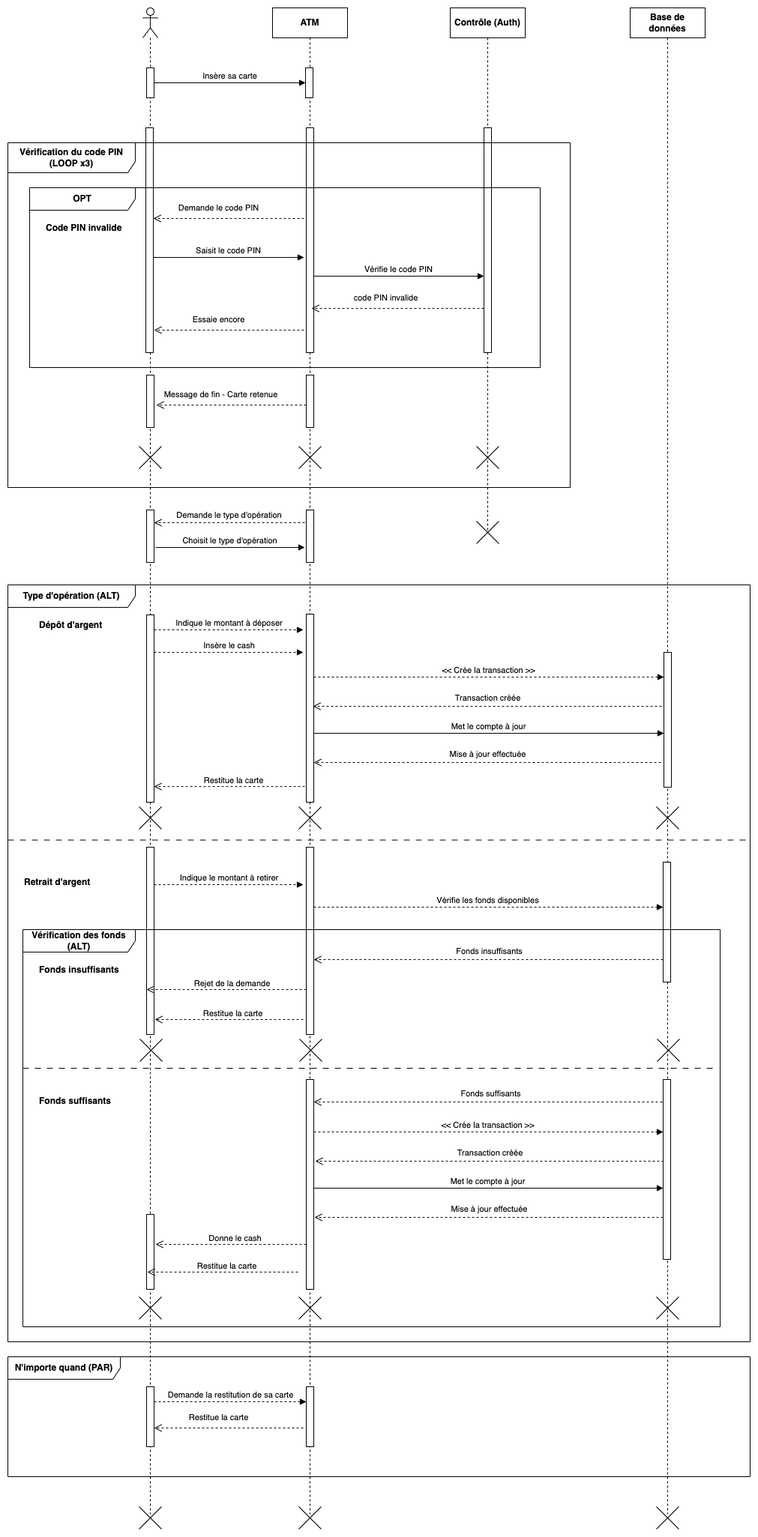
This is Semaine 1 - UML/Exercices/Correction/04 - Diagramme de Séquence - Exercice 1 - Diagramme.png from nicolasvauchenet/cours_methodologie_formateur, a draw.io export, as it was before one commit. Source tidied: cells renumbered, new cells last; positions are measured from the earlier drawing's top-left corner, leaving out a move shared by most shapes.
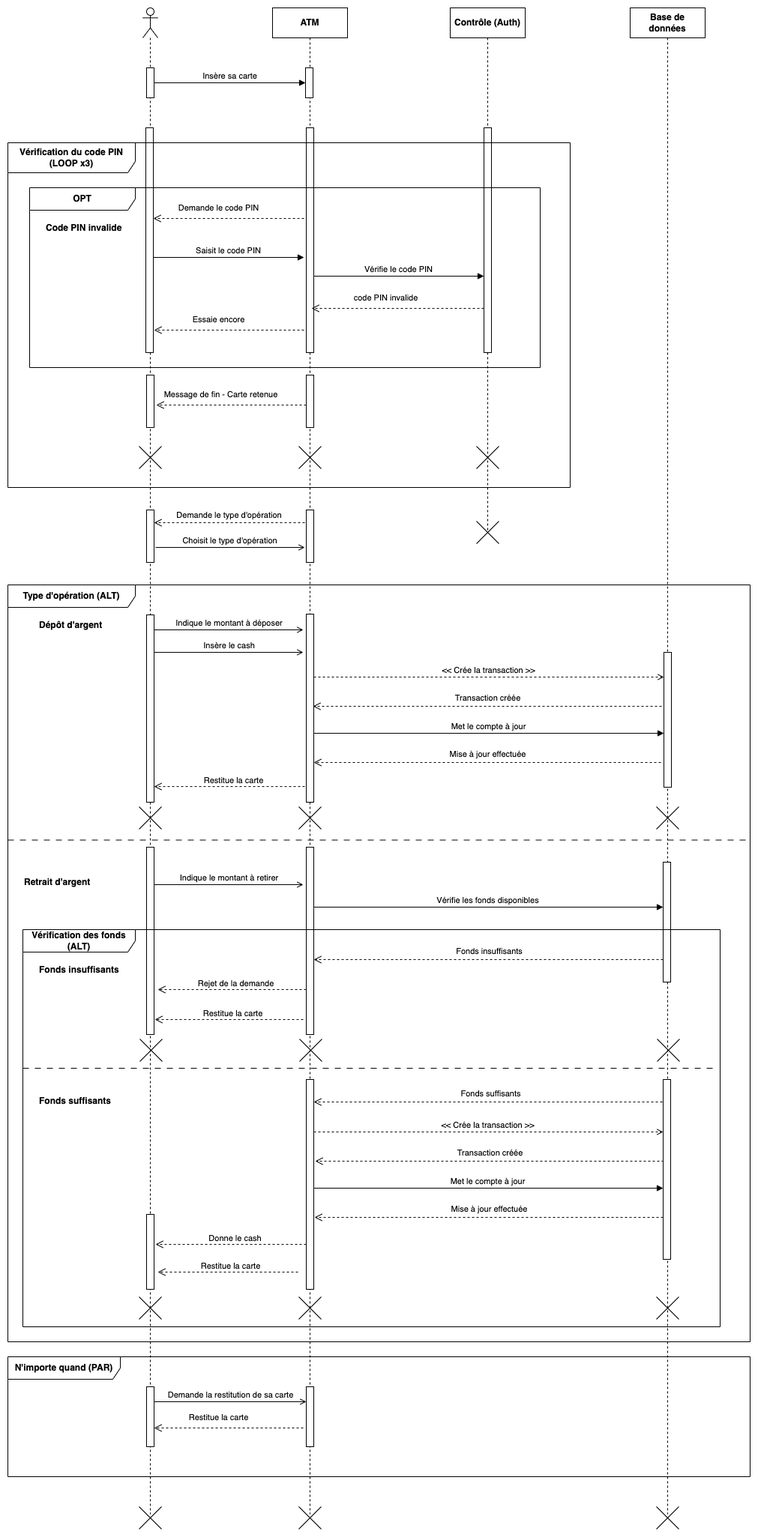
Above is the later version.

What changed in the source:
```diff
@@ -38,7 +38,7 @@
         <mxPoint x="55" y="1460" as="targetPoint" />
       </mxGeometry>
     </mxCell>
-    <mxCell id="13" value="&amp;lt;&amp;lt; Crée la transaction &amp;gt;&amp;gt;" style="html=1;verticalAlign=bottom;endArrow=block;curved=0;rounded=0;dashed=1;" parent="5" edge="1" target="23">
+    <mxCell id="13" value="&amp;lt;&amp;lt; Crée la transaction &amp;gt;&amp;gt;" style="html=1;verticalAlign=bottom;endArrow=open;curved=0;rounded=0;dashed=1;endFill=0;" parent="5" edge="1" target="23">
       <mxGeometry relative="1" as="geometry">
         <mxPoint x="55" y="1500" as="sourcePoint" />
       </mxGeometry>
@@ -122,7 +122,7 @@
     <mxCell id="31" style="html=1;points=[[0,0,0,0,5],[0,1,0,0,-5],[1,0,0,0,5],[1,1,0,0,-5]];perimeter=orthogonalPerimeter;outlineConnect=0;targetShapes=umlLifeline;portConstraint=eastwest;newEdgeStyle={&quot;curved&quot;:0,&quot;rounded&quot;:0};" parent="1" vertex="1">
       <mxGeometry x="398" y="1840" width="10" height="80" as="geometry" />
     </mxCell>
-    <mxCell id="32" value="Demande la restitution de sa carte" style="html=1;verticalAlign=bottom;endArrow=block;curved=0;rounded=0;dashed=1;" parent="1" edge="1" target="31">
+    <mxCell id="32" value="Demande la restitution de sa carte" style="html=1;verticalAlign=bottom;endArrow=open;curved=0;rounded=0;endFill=0;" parent="1" edge="1" target="31">
       <mxGeometry relative="1" as="geometry">
         <mxPoint x="195" y="1860" as="sourcePoint" />
       </mxGeometry>
@@ -164,7 +164,7 @@
     <mxCell id="41" style="shape=umlDestroy;html=1;" parent="1" vertex="1">
       <mxGeometry x="865" y="2000" width="30" height="30" as="geometry" />
     </mxCell>
-    <mxCell id="42" value="&amp;lt;&amp;lt; Crée la transaction &amp;gt;&amp;gt;" style="html=1;verticalAlign=bottom;endArrow=block;curved=0;rounded=0;dashed=1;" parent="1" edge="1" source="8">
+    <mxCell id="42" value="&amp;lt;&amp;lt; Crée la transaction &amp;gt;&amp;gt;" style="html=1;verticalAlign=bottom;endArrow=open;curved=0;rounded=0;dashed=1;endFill=0;" parent="1" edge="1" source="8">
       <mxGeometry relative="1" as="geometry">
         <mxPoint x="875" y="893" as="targetPoint" />
       </mxGeometry>
@@ -185,7 +185,7 @@
         <mxPoint x="871" y="1007" as="sourcePoint" />
       </mxGeometry>
     </mxCell>
-    <mxCell id="46" value="Choisit le type d'opération" style="html=1;verticalAlign=bottom;endArrow=block;curved=0;rounded=0;" parent="1" edge="1">
+    <mxCell id="46" value="Choisit le type d'opération" style="html=1;verticalAlign=bottom;endArrow=open;curved=0;rounded=0;endFill=0;" parent="1" edge="1">
       <mxGeometry relative="1" as="geometry">
         <mxPoint x="197" y="720" as="sourcePoint" />
         <mxPoint x="396" y="720" as="targetPoint" />
@@ -254,13 +254,13 @@
     <mxCell id="61" style="html=1;perimeter=orthogonalPerimeter;targetShapes=umlLifeline;newEdgeStyle={&quot;curved&quot;:0,&quot;rounded&quot;:0};" parent="1" vertex="1">
       <mxGeometry x="185" y="810" width="10" height="250" as="geometry" />
     </mxCell>
-    <mxCell id="62" value="Indique le montant à déposer" style="html=1;verticalAlign=bottom;endArrow=block;curved=0;rounded=0;dashed=1;" parent="1" edge="1">
+    <mxCell id="62" value="Indique le montant à déposer" style="html=1;verticalAlign=bottom;endArrow=open;curved=0;rounded=0;endFill=0;" parent="1" edge="1">
       <mxGeometry relative="1" as="geometry">
         <mxPoint x="195" y="830" as="sourcePoint" />
         <mxPoint x="394" y="830" as="targetPoint" />
       </mxGeometry>
     </mxCell>
-    <mxCell id="63" value="Insère le cash" style="html=1;verticalAlign=bottom;endArrow=block;curved=0;rounded=0;dashed=1;" parent="1" edge="1">
+    <mxCell id="63" value="Insère le cash" style="html=1;verticalAlign=bottom;endArrow=open;curved=0;rounded=0;endFill=0;" parent="1" edge="1">
       <mxGeometry relative="1" as="geometry">
         <mxPoint x="195" y="860" as="sourcePoint" />
         <mxPoint x="394" y="860" as="targetPoint" />
@@ -283,13 +283,13 @@
     <mxCell id="67" style="html=1;perimeter=orthogonalPerimeter;targetShapes=umlLifeline;newEdgeStyle={&quot;curved&quot;:0,&quot;rounded&quot;:0};" parent="1" vertex="1">
       <mxGeometry x="874" y="1140" width="10" height="160" as="geometry" />
     </mxCell>
-    <mxCell id="68" value="Indique le montant à retirer" style="html=1;verticalAlign=bottom;endArrow=block;curved=0;rounded=0;dashed=1;" parent="1" edge="1">
+    <mxCell id="68" value="Indique le montant à retirer" style="html=1;verticalAlign=bottom;endArrow=open;curved=0;rounded=0;endFill=0;" parent="1" edge="1">
       <mxGeometry relative="1" as="geometry">
         <mxPoint x="195" y="1170" as="sourcePoint" />
         <mxPoint x="394" y="1170" as="targetPoint" />
       </mxGeometry>
     </mxCell>
-    <mxCell id="69" value="Vérifie les fonds disponibles" style="html=1;verticalAlign=bottom;endArrow=block;curved=0;rounded=0;dashed=1;" parent="1" edge="1">
+    <mxCell id="69" value="Vérifie les fonds disponibles" style="html=1;verticalAlign=bottom;endArrow=block;curved=0;rounded=0;" parent="1" edge="1">
       <mxGeometry relative="1" as="geometry">
         <mxPoint x="408" y="1200" as="sourcePoint" />
         <mxPoint x="874" y="1200" as="targetPoint" />
@@ -308,7 +308,7 @@
     </mxCell>
     <mxCell id="73" style="html=1;verticalAlign=bottom;endArrow=open;dashed=1;endSize=8;curved=0;rounded=0;" parent="70" edge="1" source="9">
       <mxGeometry x="0.14" y="-5" relative="1" as="geometry">
-        <mxPoint x="165" y="80" as="targetPoint" />
+        <mxPoint x="180" y="80" as="targetPoint" />
       </mxGeometry>
     </mxCell>
     <mxCell id="74" value="Rejet de la demande" style="edgeLabel;html=1;align=center;verticalAlign=middle;" parent="73" vertex="1">
@@ -319,7 +319,7 @@
     <mxCell id="75" style="html=1;verticalAlign=bottom;endArrow=open;dashed=1;endSize=8;curved=0;rounded=0;" parent="70" edge="1">
       <mxGeometry x="0.14" y="-5" relative="1" as="geometry">
         <mxPoint x="367" y="457" as="sourcePoint" />
-        <mxPoint x="166" y="457" as="targetPoint" />
+        <mxPoint x="180" y="457" as="targetPoint" />
       </mxGeometry>
     </mxCell>
     <mxCell id="76" value="Restitue la carte" style="edgeLabel;html=1;align=center;verticalAlign=middle;" parent="75" vertex="1">
```
